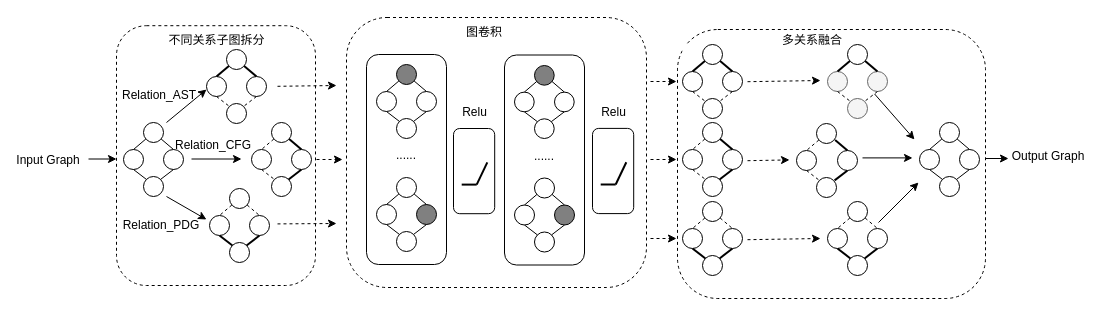
LxkdGithub/draw.io keeps this draw.io diagram as page "fine_graph_embedding" (4 of 7) of overview-tongxin.drawio. Above is the earlier version. Source tidied: cells renumbered, new cells numbered last; positions are measured from the earlier drawing's top-left corner, leaving out a move shared by most shapes. Both pictures are drawn from the tidied source at 100%, with x=0, y=0 at pixel (18, 16).
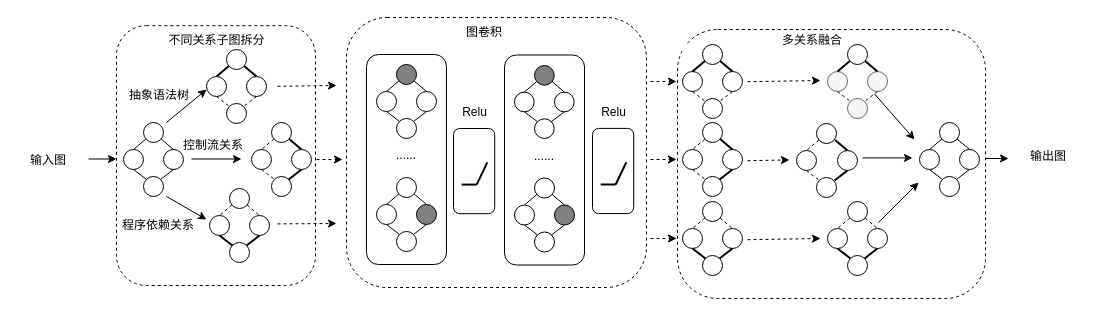
The same page after the edit.

The edit, as a diff of the source:
```diff
@@
-    <mxCell id="44" value="Relation_AST" style="text;strokeColor=none;fillColor=none;align=center;verticalAlign=middle;rounded=0;" parent="1" vertex="1">
+    <mxCell id="44" value="抽象语法树" style="text;strokeColor=none;fillColor=none;align=center;verticalAlign=middle;rounded=0;" parent="1" vertex="1">
       <mxGeometry x="111" y="63" width="60" height="30" as="geometry" />
     </mxCell>
-    <mxCell id="45" value="Relation_CFG" style="text;strokeColor=none;fillColor=none;align=center;verticalAlign=middle;rounded=0;" parent="1" vertex="1">
+    <mxCell id="45" value="控制流关系" style="text;strokeColor=none;fillColor=none;align=center;verticalAlign=middle;rounded=0;" parent="1" vertex="1">
       <mxGeometry x="165" y="113" width="60" height="30" as="geometry" />
     </mxCell>
-    <mxCell id="46" value="Relation_PDG" style="text;strokeColor=none;fillColor=none;align=center;verticalAlign=middle;rounded=0;" parent="1" vertex="1">
-      <mxGeometry x="113" y="193" width="60" height="30" as="geometry" />
+    <mxCell id="46" value="程序依赖关系" style="text;strokeColor=none;fillColor=none;align=center;verticalAlign=middle;rounded=0;" parent="1" vertex="1">
+      <mxGeometry x="110" y="193" width="60" height="30" as="geometry" />
     </mxCell>
@@
-    <mxCell id="165" value="Input Graph" style="text;strokeColor=none;fillColor=none;align=center;verticalAlign=middle;rounded=0;" parent="1" vertex="1">
+    <mxCell id="165" value="输入图" style="text;strokeColor=none;fillColor=none;align=center;verticalAlign=middle;rounded=0;" parent="1" vertex="1">
       <mxGeometry y="128" width="60" height="30" as="geometry" />
     </mxCell>
@@
-    <mxCell id="168" value="Output Graph" style="text;strokeColor=none;fillColor=none;align=center;verticalAlign=middle;rounded=0;" parent="1" vertex="1">
+    <mxCell id="168" value="输出图" style="text;strokeColor=none;fillColor=none;align=center;verticalAlign=middle;rounded=0;" parent="1" vertex="1">
       <mxGeometry x="1000" y="124.1" width="60" height="30" as="geometry" />
     </mxCell>
```
